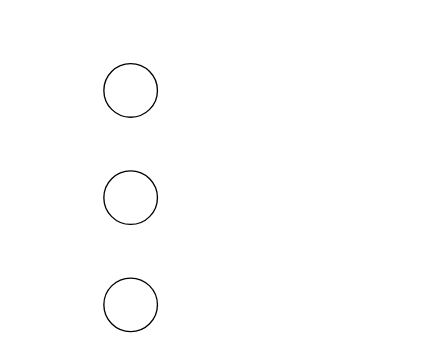
This is draw.io/Диаграмма без названия.drawio from Sampler13/other, a draw.io file, before an edit. Source tidied: cells renumbered, new cells numbered last; positions are measured from the earlier drawing's top-left corner, leaving out a move shared by most shapes. Both pictures are drawn from the tidied source at 134%, with x=0, y=0 at pixel (103, 63).
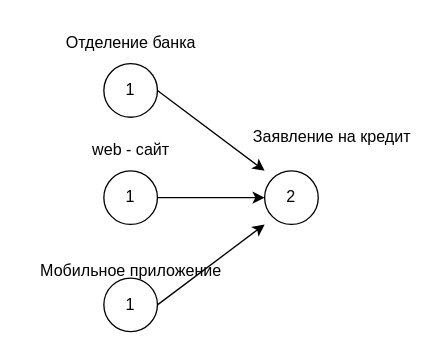
After the change.

The edit, as a diff of the source:
```diff
@@
 <mxGraphModel>
   <root>
     <mxCell id="0" />
     <mxCell id="1" parent="0" />
-    <mxCell id="2" style="ellipse;whiteSpace=wrap;html=1;" parent="1" vertex="1">
+    <mxCell id="2" value="1" style="ellipse;whiteSpace=wrap;html=1;" parent="1" vertex="1">
       <mxGeometry width="40" height="40" as="geometry" />
     </mxCell>
-    <mxCell id="3" style="ellipse;whiteSpace=wrap;html=1;" parent="1" vertex="1">
+    <mxCell id="3" value="1" style="ellipse;whiteSpace=wrap;html=1;" parent="1" vertex="1">
       <mxGeometry y="80" width="40" height="40" as="geometry" />
     </mxCell>
-    <mxCell id="4" style="ellipse;whiteSpace=wrap;html=1;" parent="1" vertex="1">
+    <mxCell id="4" value="1" style="ellipse;whiteSpace=wrap;html=1;" parent="1" vertex="1">
       <mxGeometry y="160" width="40" height="40" as="geometry" />
     </mxCell>
+    <mxCell id="5" value="Отделение банка" style="text;html=1;align=center;verticalAlign=middle;strokeColor=none;fillColor=none;" parent="1" vertex="1">
+      <mxGeometry x="-40" y="-30" width="120" height="30" as="geometry" />
+    </mxCell>
+    <mxCell id="6" value="web - сайт" style="text;html=1;align=center;verticalAlign=middle;strokeColor=none;fillColor=none;" parent="1" vertex="1">
+      <mxGeometry x="-20" y="50" width="80" height="30" as="geometry" />
+    </mxCell>
+    <mxCell id="7" value="Мобильное приложение" style="text;html=1;align=center;verticalAlign=middle;strokeColor=none;fillColor=none;" parent="1" vertex="1">
+      <mxGeometry x="-60" y="140" width="160" height="30" as="geometry" />
+    </mxCell>
+    <mxCell id="8" style="endArrow=classic;html=1;rounded=0;" parent="1" edge="1">
+      <mxGeometry relative="1" as="geometry">
+        <mxPoint x="40" y="20" as="sourcePoint" />
+        <mxPoint x="120" y="80" as="targetPoint" />
+      </mxGeometry>
+    </mxCell>
+    <mxCell id="9" style="endArrow=classic;html=1;rounded=0;" parent="1" edge="1">
+      <mxGeometry relative="1" as="geometry">
+        <mxPoint x="40" y="180" as="sourcePoint" />
+        <mxPoint x="120" y="120" as="targetPoint" />
+      </mxGeometry>
+    </mxCell>
+    <mxCell id="10" style="endArrow=classic;html=1;rounded=0;exitX=1;exitY=0.5;exitDx=0;exitDy=0;" parent="1" edge="1" source="3">
+      <mxGeometry relative="1" as="geometry">
+        <mxPoint x="120" y="100" as="targetPoint" />
+      </mxGeometry>
+    </mxCell>
+    <mxCell id="11" value="2" style="ellipse;whiteSpace=wrap;html=1;" parent="1" vertex="1">
+      <mxGeometry x="120" y="80" width="40" height="40" as="geometry" />
+    </mxCell>
+    <mxCell id="12" value="Заявление на кредит" style="text;html=1;align=center;verticalAlign=middle;strokeColor=none;fillColor=none;" parent="1" vertex="1">
+      <mxGeometry x="100" y="40" width="140" height="30" as="geometry" />
+    </mxCell>
   </root>
 </mxGraphModel>
```
